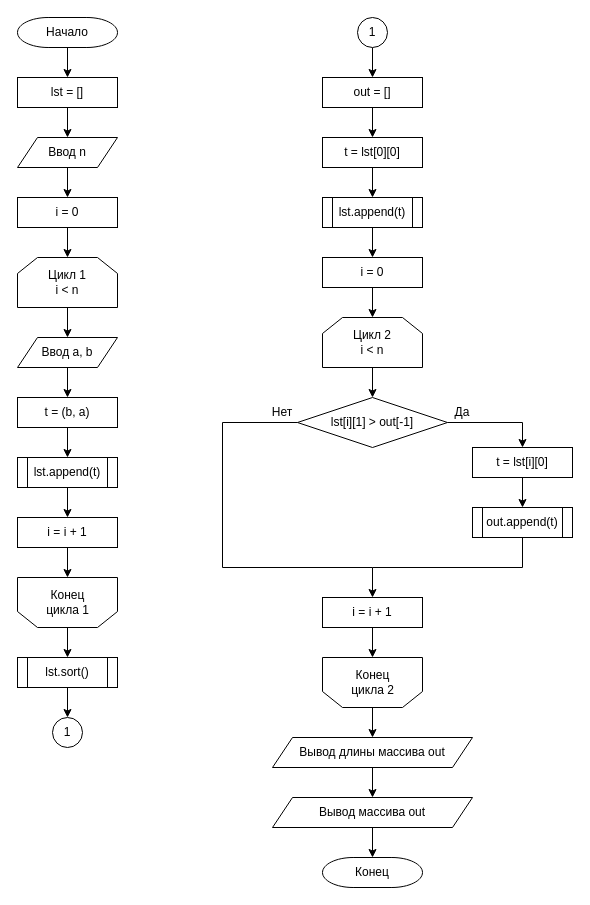
Before: page "4.1.1" (6 of 11) of Блок-схемы.drawio in hantagu/practice, a draw.io diagram. Source tidied: cells renumbered, new cells numbered last; positions are measured from the earlier drawing's top-left corner, leaving out a move shared by most shapes. Both pictures are drawn from the tidied source at 100%, with x=0, y=0 at pixel (17, 17).
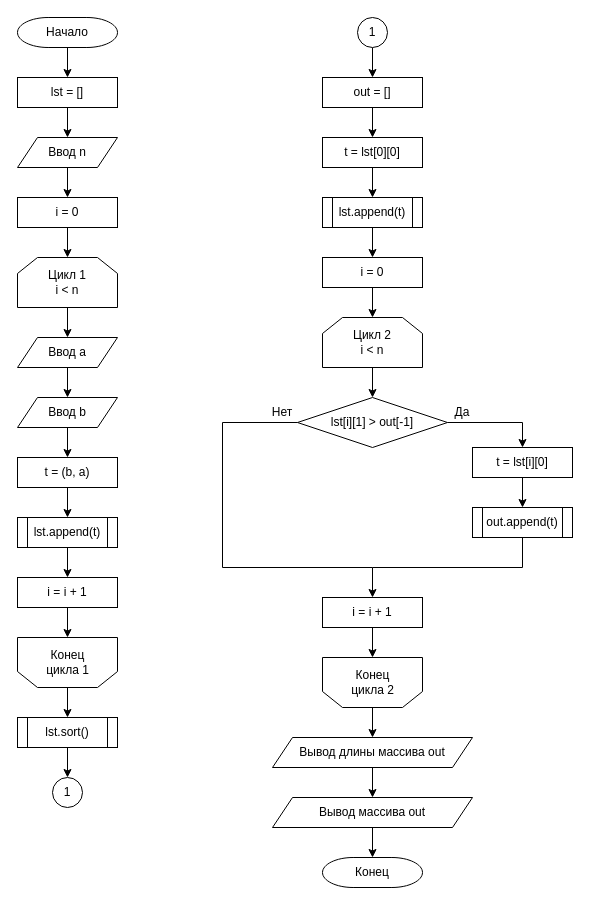
Above is the later version.

Unchanged cells that the change refers to:
```xml
<mxCell id="10" style="shape=loopLimit;whiteSpace=wrap;html=1;rotation=-180;" parent="9" vertex="1">
  <mxGeometry width="100" height="50" as="geometry" />
</mxCell>
```

Change to the diagram source:
```diff
@@
     <mxCell id="9" style="group;" parent="1" vertex="1">
-      <mxGeometry y="560" width="100" height="50" as="geometry" />
+      <mxGeometry y="620" width="100" height="50" as="geometry" />
     </mxCell>
@@
-    <mxCell id="12" style="edgeStyle=orthogonalEdgeStyle;rounded=0;jettySize=auto;html=1;exitX=0.5;exitY=1;exitDx=0;exitDy=0;entryX=0.5;entryY=0;entryDx=0;entryDy=0;" parent="1" edge="1" source="13" target="15">
-      <mxGeometry relative="1" as="geometry" />
-    </mxCell>
+    <mxCell id="63" style="edgeStyle=orthogonalEdgeStyle;rounded=0;jettySize=auto;html=1;exitX=0.5;exitY=1;exitDx=0;exitDy=0;entryX=0.5;entryY=0;entryDx=0;entryDy=0;" parent="1" edge="1" source="13" target="65">
+      <mxGeometry relative="1" as="geometry" />
+    </mxCell>
-    <mxCell id="13" value="Ввод a, b" style="shape=parallelogram;perimeter=parallelogramPerimeter;whiteSpace=wrap;html=1;fixedSize=1;" parent="1" vertex="1">
+    <mxCell id="13" value="Ввод a" style="shape=parallelogram;perimeter=parallelogramPerimeter;whiteSpace=wrap;html=1;fixedSize=1;" parent="1" vertex="1">
       <mxGeometry y="320" width="100" height="30" as="geometry" />
     </mxCell>
@@
     <mxCell id="15" value="t = (b, a)" style="rounded=0;whiteSpace=wrap;html=1;" parent="1" vertex="1">
-      <mxGeometry y="380" width="100" height="30" as="geometry" />
+      <mxGeometry y="440" width="100" height="30" as="geometry" />
     </mxCell>
     <mxCell id="16" style="edgeStyle=orthogonalEdgeStyle;rounded=0;jettySize=auto;html=1;exitX=0.5;exitY=0;exitDx=0;exitDy=0;entryX=0.5;entryY=0;entryDx=0;entryDy=0;" parent="1" edge="1" source="10">
       <mxGeometry relative="1" as="geometry">
-        <mxPoint x="50" y="640" as="targetPoint" />
+        <mxPoint x="50" y="700" as="targetPoint" />
       </mxGeometry>
     </mxCell>
@@
     <mxCell id="43" value="1" style="ellipse;whiteSpace=wrap;html=1;" parent="1" vertex="1">
-      <mxGeometry x="35" y="700" width="30" height="30" as="geometry" />
+      <mxGeometry x="35" y="760" width="30" height="30" as="geometry" />
     </mxCell>
@@
     <mxCell id="50" value="lst.append(t)" style="shape=process;whiteSpace=wrap;html=1;backgroundOutline=1;strokeWidth=1;" parent="1" vertex="1">
-      <mxGeometry y="440" width="100" height="30" as="geometry" />
+      <mxGeometry y="500" width="100" height="30" as="geometry" />
     </mxCell>
@@
     <mxCell id="52" value="i = i + 1" style="rounded=0;whiteSpace=wrap;html=1;" parent="1" vertex="1">
-      <mxGeometry y="500" width="100" height="30" as="geometry" />
+      <mxGeometry y="560" width="100" height="30" as="geometry" />
     </mxCell>
@@
     <mxCell id="54" value="lst.sort()" style="shape=process;whiteSpace=wrap;html=1;backgroundOutline=1;strokeWidth=1;" parent="1" vertex="1">
-      <mxGeometry y="640" width="100" height="30" as="geometry" />
+      <mxGeometry y="700" width="100" height="30" as="geometry" />
     </mxCell>
@@
+    <mxCell id="64" style="edgeStyle=orthogonalEdgeStyle;rounded=0;jettySize=auto;html=1;exitX=0.5;exitY=1;exitDx=0;exitDy=0;entryX=0.5;entryY=0;entryDx=0;entryDy=0;" parent="1" edge="1" source="65" target="15">
+      <mxGeometry relative="1" as="geometry" />
+    </mxCell>
+    <mxCell id="65" value="Ввод b" style="shape=parallelogram;perimeter=parallelogramPerimeter;whiteSpace=wrap;html=1;fixedSize=1;" parent="1" vertex="1">
+      <mxGeometry y="380" width="100" height="30" as="geometry" />
+    </mxCell>
```
